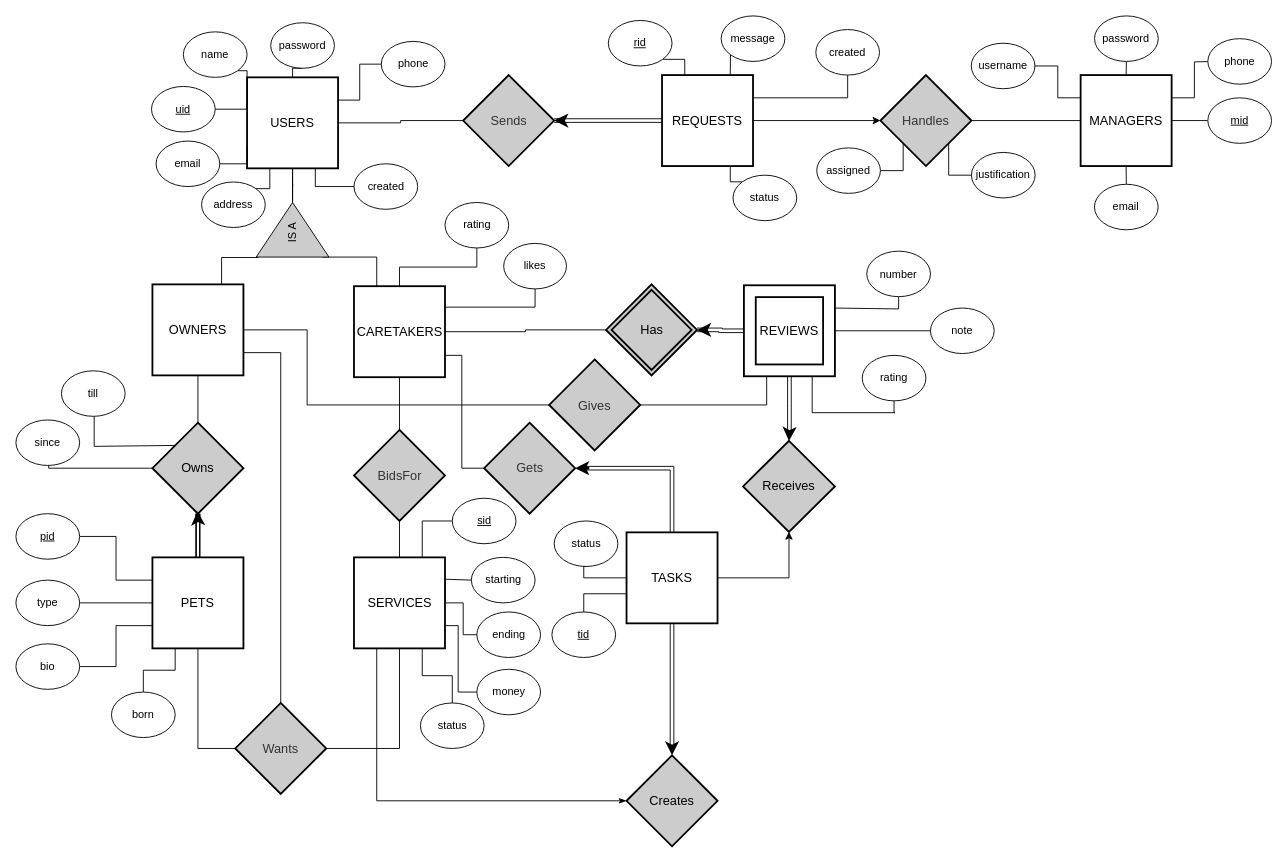
This is database/PetCaretaker_ERModel.drawio from cs2102team60petcare/server, a draw.io file, before an edit. Source tidied: cells renumbered, new cells numbered last; positions are measured from the earlier drawing's top-left corner, leaving out a move shared by most shapes. Both pictures are drawn from the tidied source at 91%, with x=0, y=0 at pixel (15, 15).
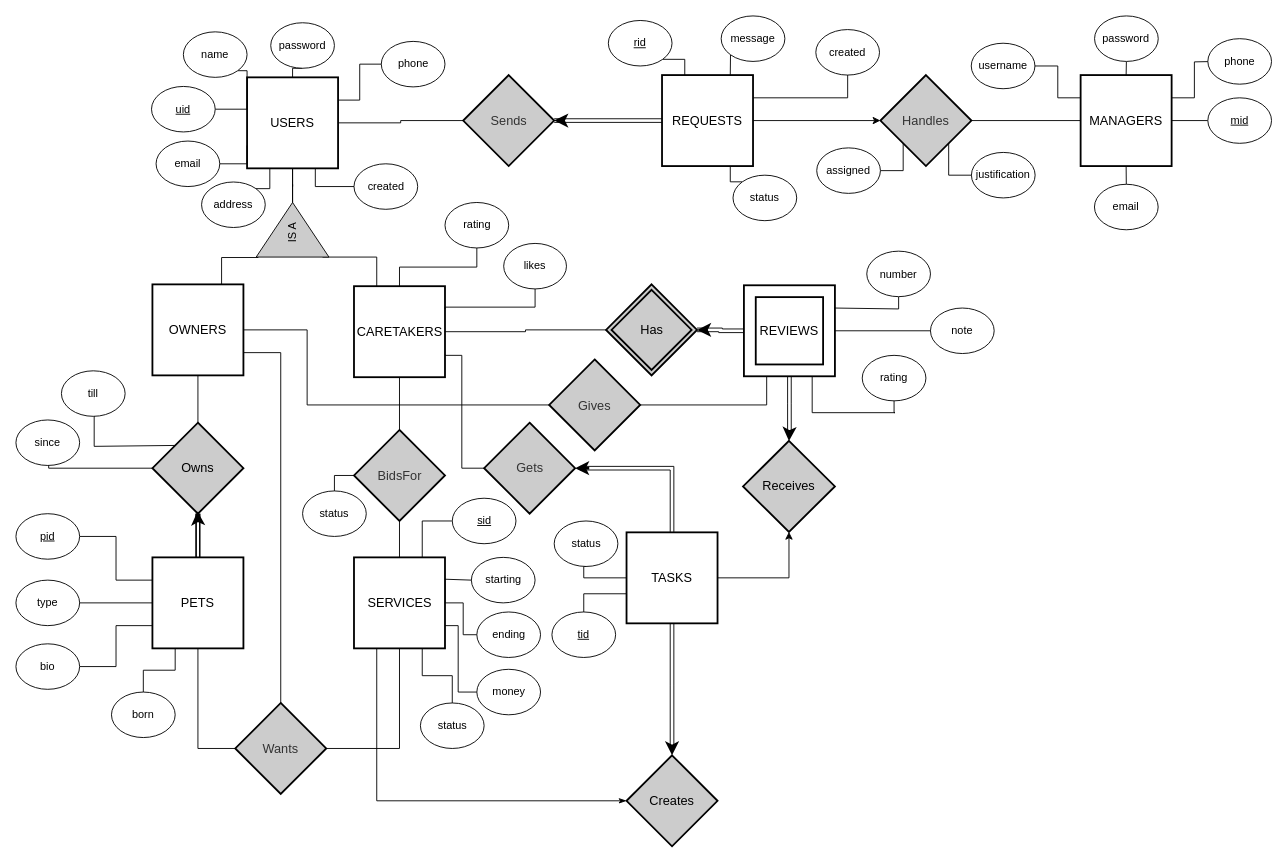
After the change.

Commit message (it also covers changes not shown here):
Change BidsFor to include status

Unchanged cells that the change refers to:
```xml
<mxCell id="119" value="BidsFor" style="shape=rhombus;strokeWidth=2;fontSize=17;perimeter=rhombusPerimeter;whiteSpace=wrap;html=1;align=center;fontSize=14;shadow=0;fillColor=#CCCCCC;strokeColor=#000000;fontColor=#333333;" parent="1" vertex="1">
  <mxGeometry x="371.5" y="455" width="100" height="100" as="geometry" />
</mxCell>
```

The edit, as a diff of the source:
```diff
@@
+    <mxCell id="128" style="edgeStyle=orthogonalEdgeStyle;rounded=0;jettySize=auto;html=1;exitX=0;exitY=0.5;exitDx=0;exitDy=0;endArrow=none;endFill=0;entryX=0.5;entryY=0;entryDx=0;entryDy=0;" parent="1" edge="1" source="119" target="129">
+      <mxGeometry relative="1" as="geometry" />
+    </mxCell>
@@
+    <mxCell id="129" value="status" style="ellipse;whiteSpace=wrap;html=1;shadow=0;strokeColor=#000000;" parent="1" vertex="1">
+      <mxGeometry x="315" y="522" width="70" height="50" as="geometry" />
+    </mxCell>
```
